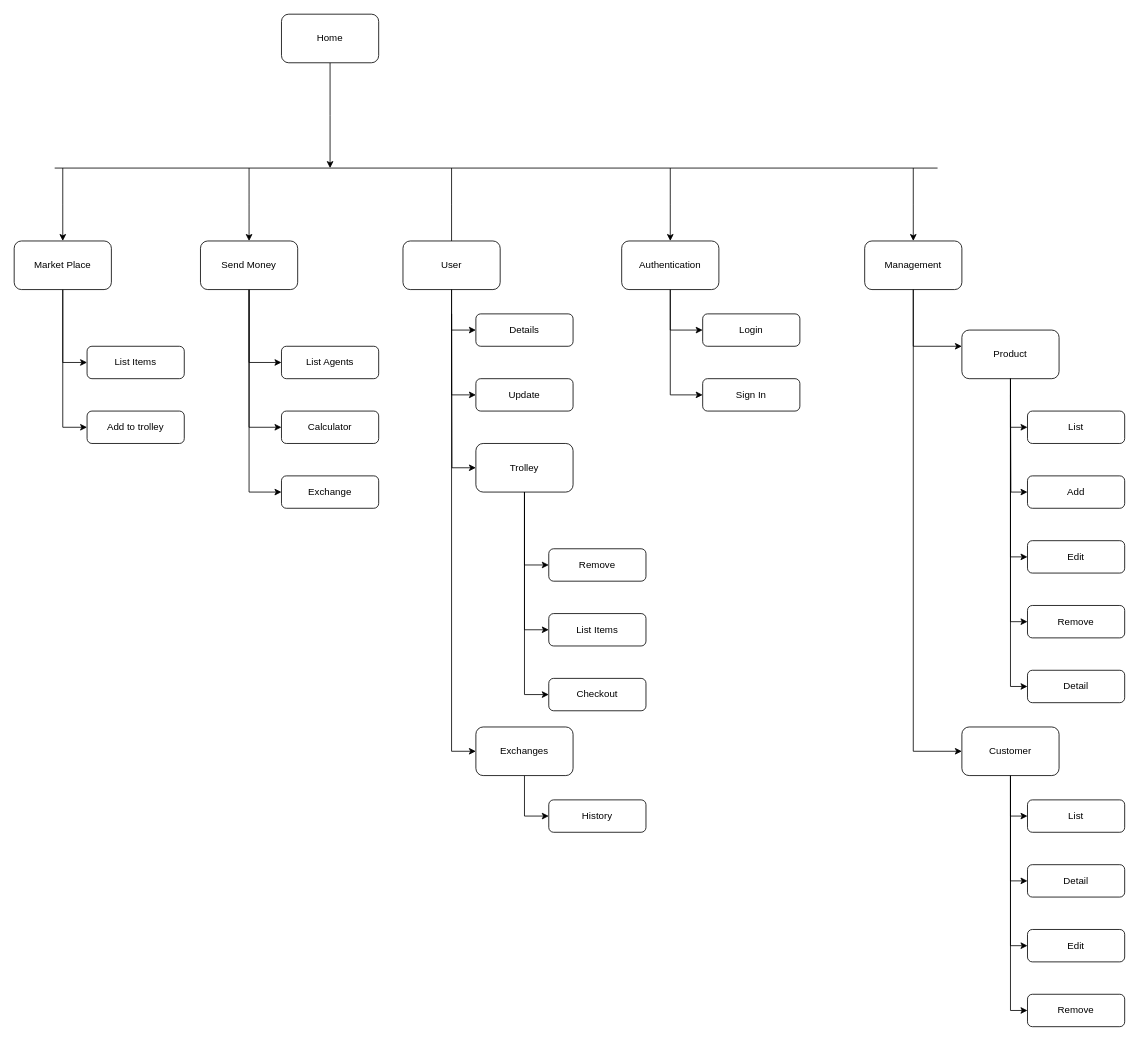
The draw.io diagram Documentation/SiteMap.drawio in llanos1205/SOFT703, before the edit. Source tidied: cells renumbered, new cells numbered last; positions are measured from the earlier drawing's top-left corner, leaving out a move shared by most shapes. Both pictures are drawn from the tidied source at 81%, with x=0, y=0 at pixel (14, 14).
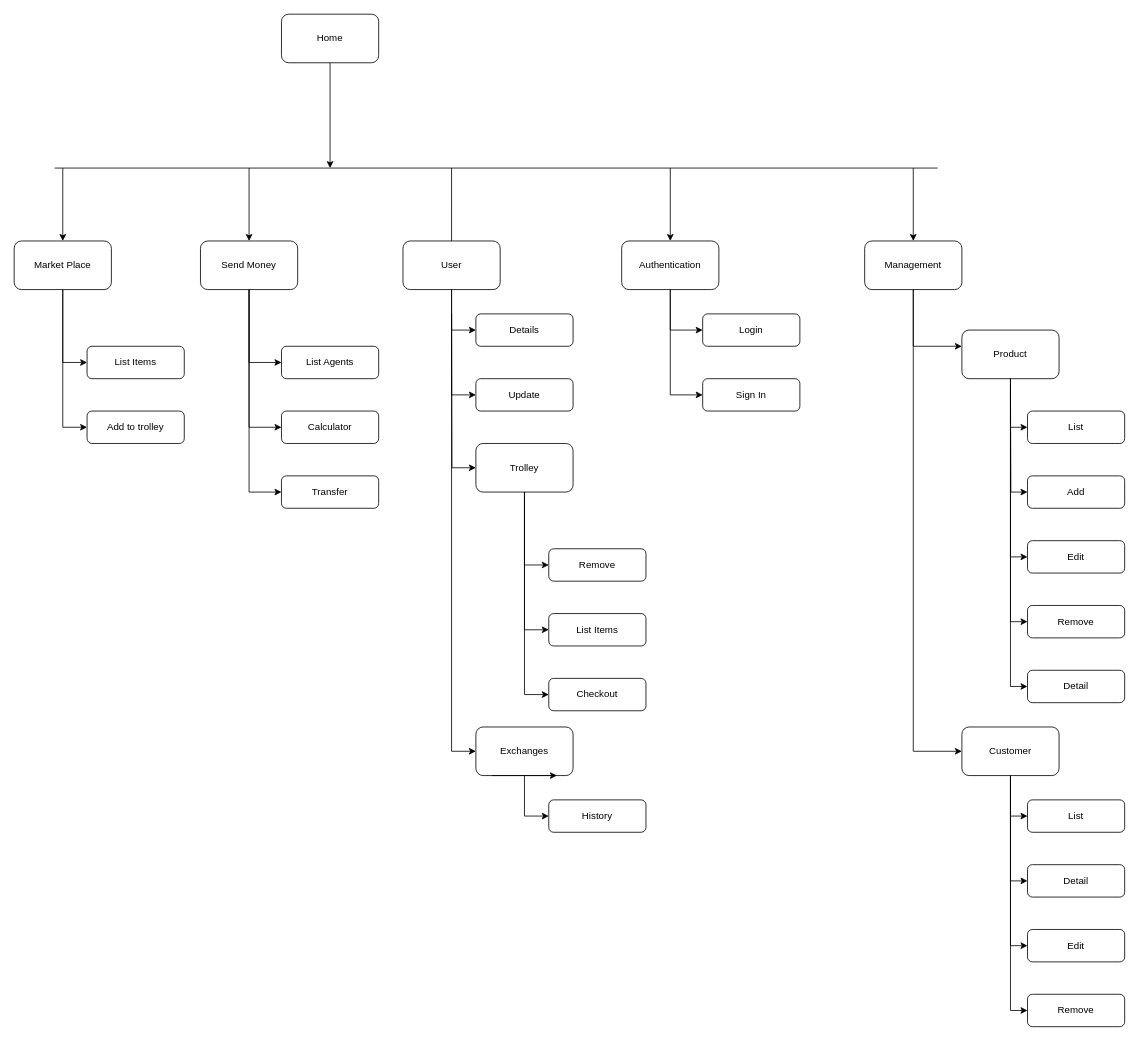
The same diagram, later.

Diff of the diagram source:
```diff
@@
-    <mxCell id="31" value="Exchange" style="rounded=1;whiteSpace=wrap;html=1;" parent="1" vertex="1">
+    <mxCell id="31" value="Transfer" style="rounded=1;whiteSpace=wrap;html=1;" parent="1" vertex="1">
       <mxGeometry x="330" y="570" width="120" height="40" as="geometry" />
     </mxCell>
@@
+    <mxCell id="67" style="edgeStyle=none;orthogonalLoop=1;jettySize=auto;html=1;rounded=0;" parent="1" edge="1">
+      <mxGeometry relative="1" as="geometry">
+        <mxPoint x="590" y="940" as="sourcePoint" />
+        <mxPoint x="670" y="940" as="targetPoint" />
+      </mxGeometry>
+    </mxCell>
```
